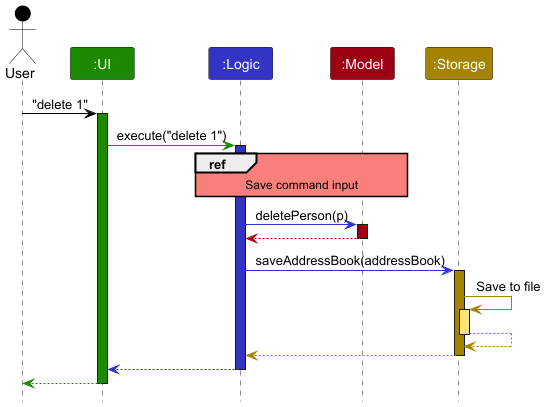
Before: docs/images/ArchitectureSequenceDiagram.png, a diagram exported from PlantUML (carineang/tp).
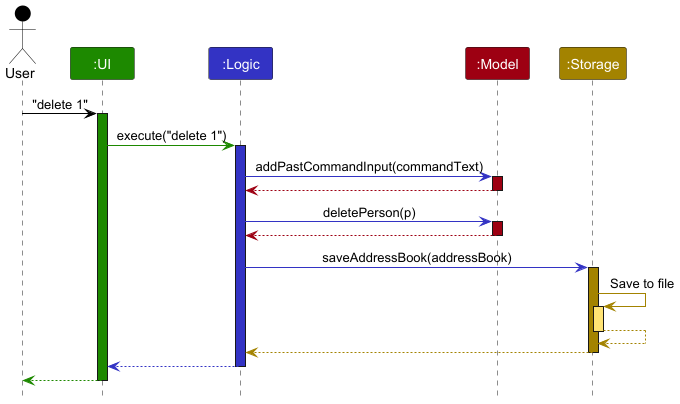
After the commit.

Commit message:
Update architecture diagram image

What changed in the source:
```diff
@@ -15,9 +15,11 @@
 activate logic LOGIC_COLOR
 
 skinparam sequenceReferenceBackgroundColor #f7807c
-ref over logic, model
-    Save command input
-end ref
+
+logic -[LOGIC_COLOR]> model : addPastCommandInput(commandText)
+activate model MODEL_COLOR
+model --[MODEL_COLOR]> logic
+deactivate model
 
 logic -[LOGIC_COLOR]> model : deletePerson(p)
 activate model MODEL_COLOR
```
